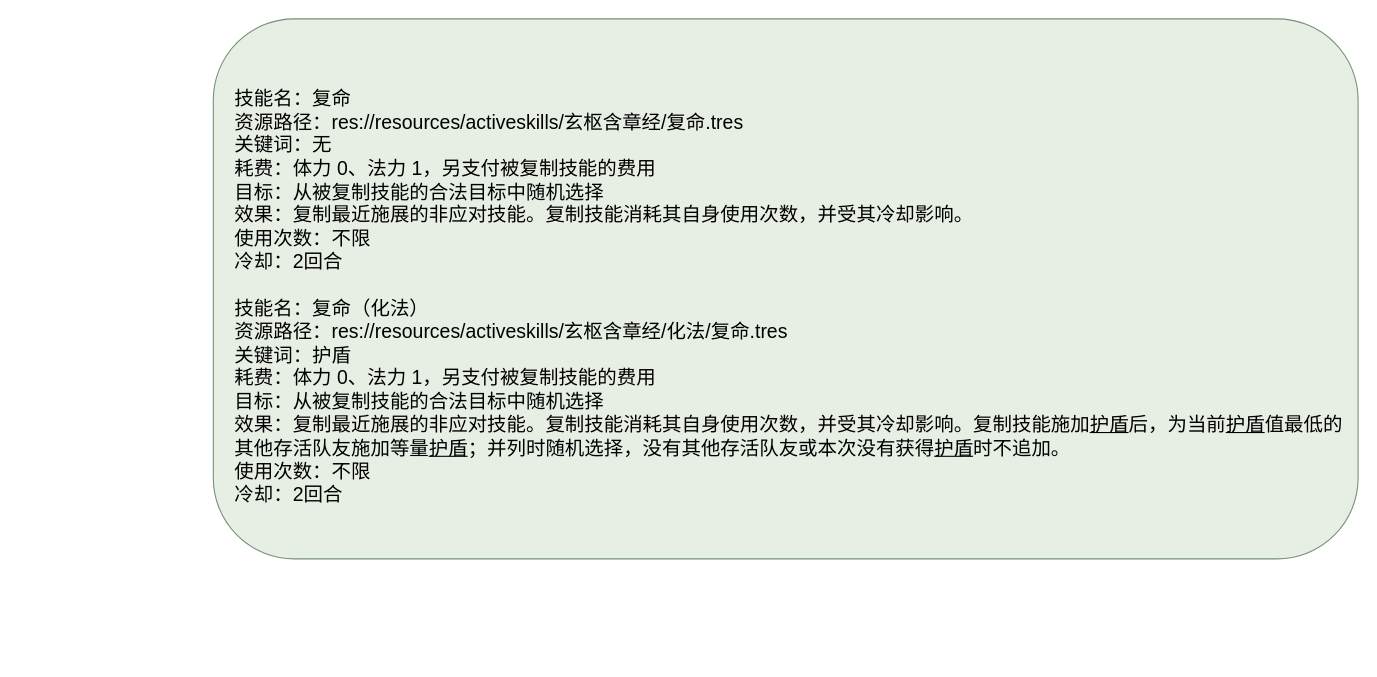
ankundanetracyc-spec/tian-guan-you-du keeps this draw.io diagram as page "复命" (1 of 2) of docs/卡牌词典/秘籍技能/玄枢含章经/复命.drawio. Above is the earlier version. Source tidied: cells renumbered, new cells numbered last; positions are measured from the earlier drawing's top-left corner, leaving out a move shared by most shapes. Both pictures are drawn from the tidied source at 108%, with x=0, y=0 at pixel (213, 18).
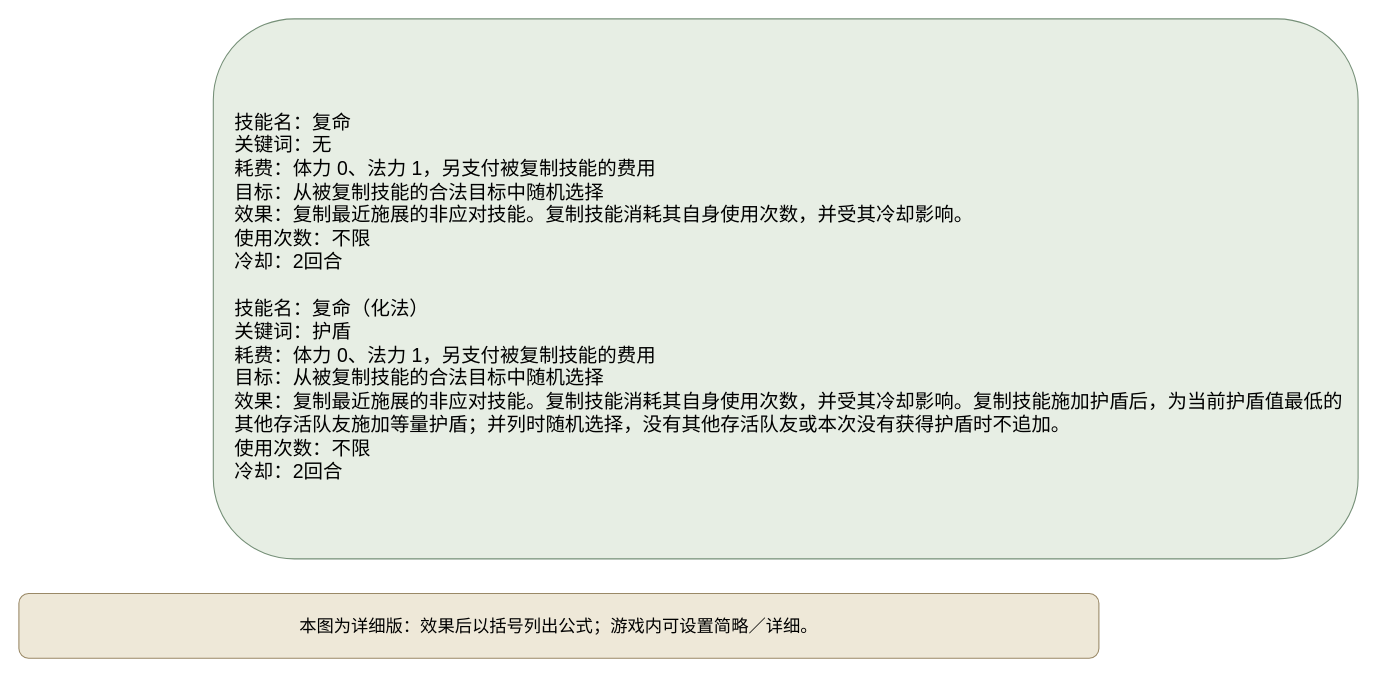
The same page after the edit.

The edit, as a diff of the source:
```diff
@@
 <mxGraphModel>
   <root>
     <mxCell id="0" />
     <mxCell id="1" parent="0" />
-    <mxCell id="2" value="技能名：复命&#10;资源路径：res://resources/activeskills/玄枢含章经/复命.tres&#10;关键词：无&#10;耗费：体力 0、法力 1，另支付被复制技能的费用&#10;目标：从被复制技能的合法目标中随机选择&#10;效果：复制最近施展的非应对技能。复制技能消耗其自身使用次数，并受其冷却影响。&#10;使用次数：不限&#10;冷却：2回合&#10;&#10;技能名：复命（化法）&#10;资源路径：res://resources/activeskills/玄枢含章经/化法/复命.tres&#10;关键词：护盾&#10;耗费：体力 0、法力 1，另支付被复制技能的费用&#10;目标：从被复制技能的合法目标中随机选择&#10;效果：复制最近施展的非应对技能。复制技能消耗其自身使用次数，并受其冷却影响。复制技能施加&lt;u&gt;护盾&lt;/u&gt;后，为当前&lt;u&gt;护盾&lt;/u&gt;值最低的其他存活队友施加等量&lt;u&gt;护盾&lt;/u&gt;；并列时随机选择，没有其他存活队友或本次没有获得&lt;u&gt;护盾&lt;/u&gt;时不追加。&#10;使用次数：不限&#10;冷却：2回合" style="rounded=1;whiteSpace=wrap;html=1;fillColor=#e7eee4;strokeColor=#769078;fontSize=18;align=left;spacingLeft=18;spacingTop=16;" parent="1" vertex="1">
+    <mxCell id="2" value="技能名：复命&#10;关键词：无&#10;耗费：体力 0、法力 1，另支付被复制技能的费用&#10;目标：从被复制技能的合法目标中随机选择&#10;效果：复制最近施展的非应对技能。复制技能消耗其自身使用次数，并受其冷却影响。&#10;使用次数：不限&#10;冷却：2回合&#10;&#10;技能名：复命（化法）&#10;关键词：护盾&#10;耗费：体力 0、法力 1，另支付被复制技能的费用&#10;目标：从被复制技能的合法目标中随机选择&#10;效果：复制最近施展的非应对技能。复制技能消耗其自身使用次数，并受其冷却影响。复制技能施加护盾后，为当前护盾值最低的其他存活队友施加等量护盾；并列时随机选择，没有其他存活队友或本次没有获得护盾时不追加。&#10;使用次数：不限&#10;冷却：2回合" style="rounded=1;whiteSpace=wrap;html=1;fillColor=#e7eee4;strokeColor=#769078;fontSize=18;align=left;spacingLeft=18;spacingTop=16;" parent="1" vertex="1">
       <mxGeometry width="1060" height="500" as="geometry" />
     </mxCell>
+    <mxCell id="3" value="本图为详细版：效果后以括号列出公式；游戏内可设置简略／详细。" style="rounded=1;whiteSpace=wrap;html=1;fillColor=#eee8d8;strokeColor=#9a8967;fontSize=16;" parent="1" vertex="1">
+      <mxGeometry x="-180" y="532" width="1000" height="60" as="geometry" />
+    </mxCell>
   </root>
 </mxGraphModel>
```
